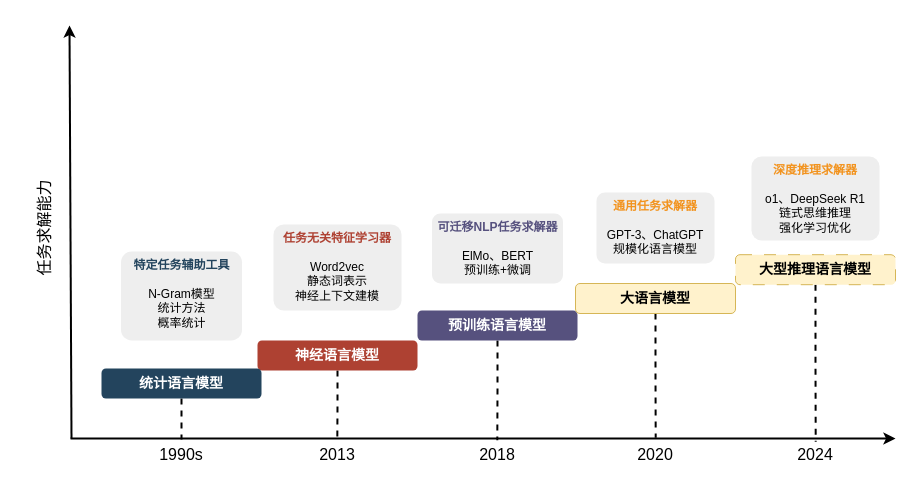
Above: diagrams/evolution_and_technical_trajectory_of_language_models.drawio in real-jiakai/draw (draw.io), before the change. Source tidied: cells renumbered, new cells numbered last; positions are measured from the earlier drawing's top-left corner, leaving out a move shared by most shapes. Both pictures are drawn from the tidied source at 100%, with x=0, y=0 at pixel (-17, 25).
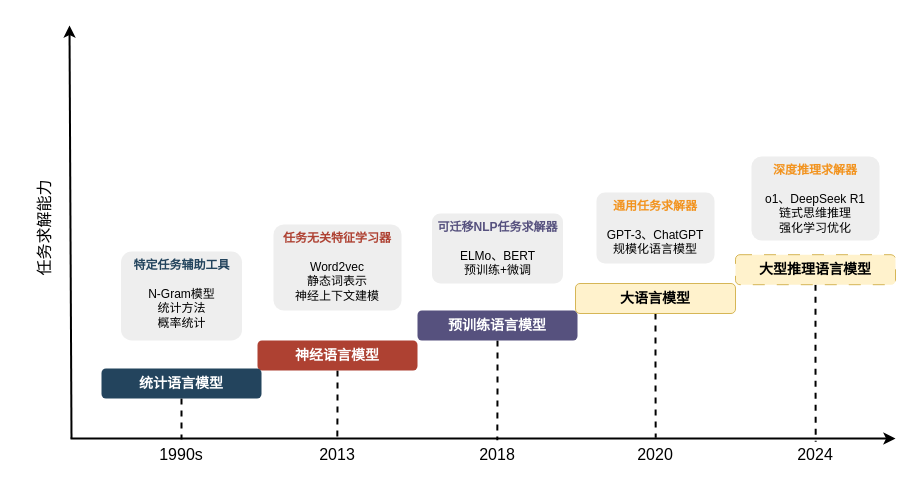
After the change.

Change to the diagram source:
```diff
@@
-    <mxCell id="15" value="&lt;font&gt;&lt;font color=&quot;#56517e&quot;&gt;&lt;b&gt;可迁移NLP任务求解器&lt;/b&gt;&lt;/font&gt;&lt;br&gt;&lt;br&gt;ElMo、BERT&lt;/font&gt;&lt;div&gt;&lt;font&gt;预训练+微调&lt;/font&gt;&lt;/div&gt;" style="rounded=1;strokeColor=none;fillColor=#EEEEEE;align=center;arcSize=12;verticalAlign=top;whiteSpace=wrap;html=1;fontSize=12;" parent="1" vertex="1">
+    <mxCell id="15" value="&lt;font&gt;&lt;font color=&quot;#56517e&quot;&gt;&lt;b&gt;可迁移NLP任务求解器&lt;/b&gt;&lt;/font&gt;&lt;br&gt;&lt;br&gt;ELMo、BERT&lt;/font&gt;&lt;div&gt;&lt;font&gt;预训练+微调&lt;/font&gt;&lt;/div&gt;" style="rounded=1;strokeColor=none;fillColor=#EEEEEE;align=center;arcSize=12;verticalAlign=top;whiteSpace=wrap;html=1;fontSize=12;" parent="1" vertex="1">
       <mxGeometry x="448.5" y="188" width="131" height="70" as="geometry" />
     </mxCell>
```
